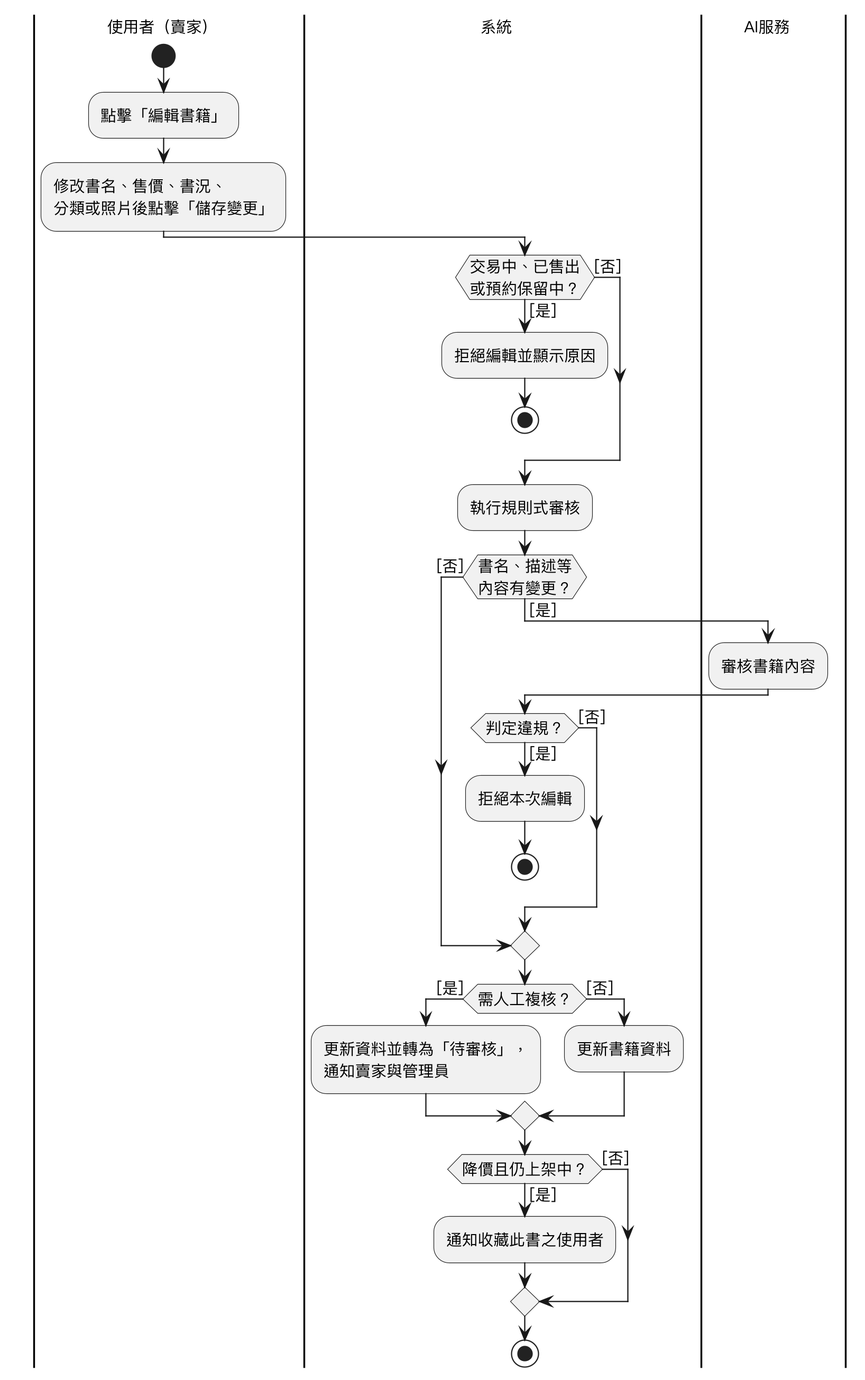
Earlier version of the PlantUML export Diagrams/Activity diagram/v3/uc02.png (SaveMyBook/SaveMyBook).
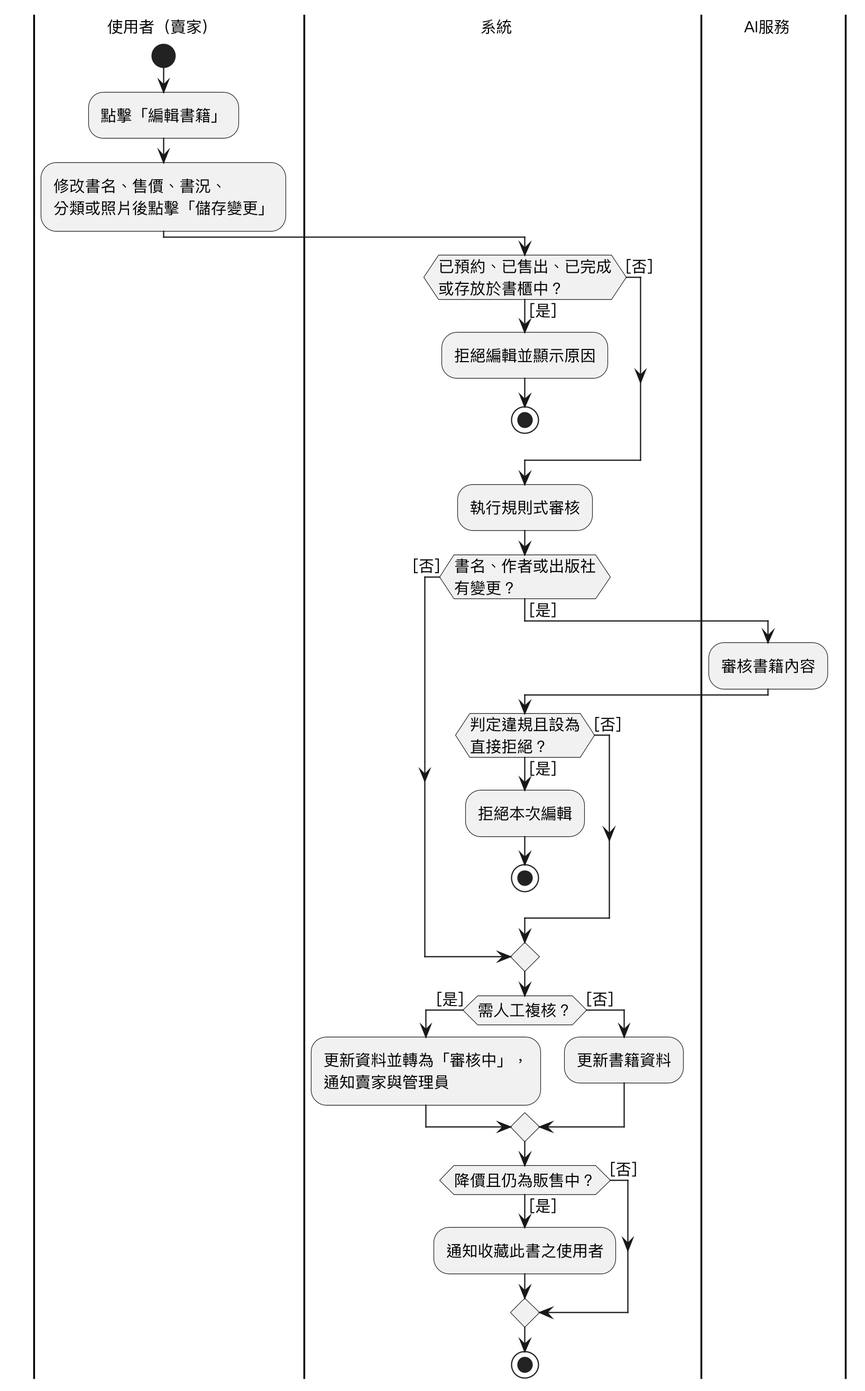
The same file after the commit.

The edit, as a diff of the source:
```diff
@@ -10,17 +10,17 @@
 :點擊「編輯書籍」;
 :修改書名、售價、書況、\n分類或照片後點擊「儲存變更」;
 |系統|
-if (交易中、已售出\n或預約保留中？) then ([是])
+if (已預約、已售出、已完成\n或存放於書櫃中？) then ([是])
   :拒絕編輯並顯示原因;
   stop
 else ([否])
 endif
 :執行規則式審核;
-if (書名、描述等\n內容有變更？) then ([是]\n)
+if (書名、作者或出版社\n有變更？) then ([是]\n)
   |AI服務|
   :審核書籍內容;
   |系統|
-  if (判定違規？) then ([是])
+  if (判定違規且設為\n直接拒絕？) then ([是])
     :拒絕本次編輯;
     stop
   else ([否])
@@ -28,11 +28,11 @@
 else ([否])
 endif
 if (需人工複核？) then ([是])
-  :更新資料並轉為「待審核」，\n通知賣家與管理員;
+  :更新資料並轉為「審核中」，\n通知賣家與管理員;
 else ([否])
   :更新書籍資料;
 endif
-if (降價且仍上架中？) then ([是])
+if (降價且仍為販售中？) then ([是])
   :通知收藏此書之使用者;
 else ([否])
 endif
```
